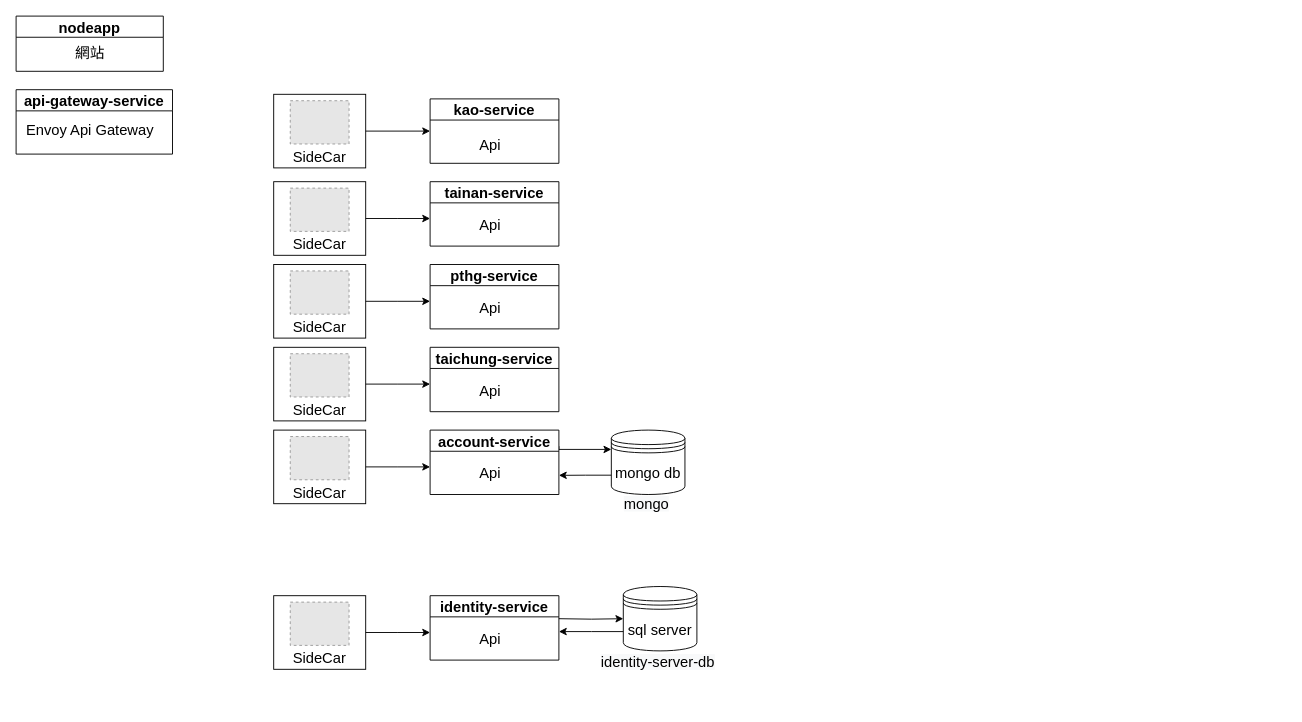
The draw.io diagram screenshot/System.drawio in Benknightdark/OpenDataCollector, before the edit. Source tidied: cells renumbered, new cells numbered last; positions are measured from the earlier drawing's top-left corner, leaving out a move shared by most shapes. Both pictures are drawn from the tidied source at 92%, with x=0, y=0 at pixel (16, 16). Pictures stored in the file or linked from it are replaced by grey dashed boxes.
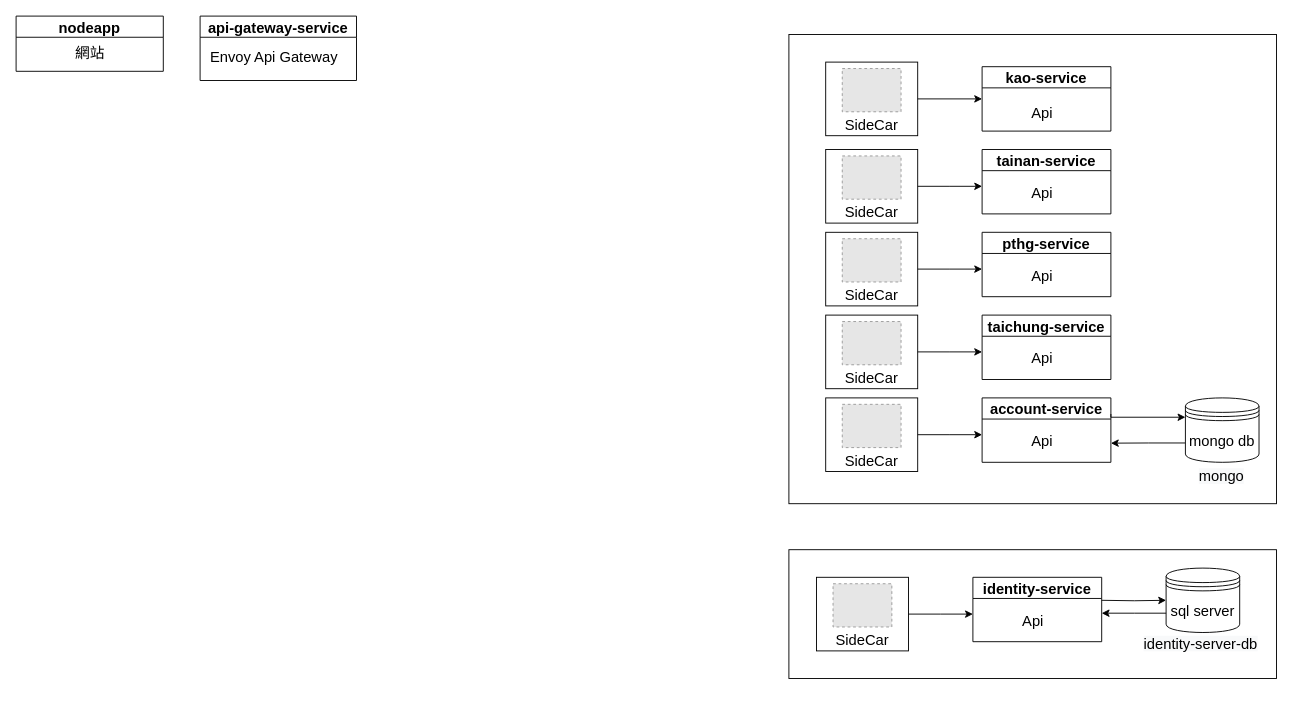
The same diagram, later.

The change refers to these unchanged cells:
```xml
<mxCell id="5" value="&lt;br style=&quot;font-size: 16px&quot;&gt;SideCar" style="rounded=0;whiteSpace=wrap;html=1;verticalAlign=bottom;fontSize=16;" parent="4" vertex="1">
  <mxGeometry width="100" height="80" as="geometry" />
</mxCell>
<mxCell id="25" value="&lt;br style=&quot;font-size: 16px&quot;&gt;SideCar" style="rounded=0;whiteSpace=wrap;html=1;verticalAlign=bottom;fontSize=16;" parent="24" vertex="1">
  <mxGeometry width="100" height="80" as="geometry" />
</mxCell>
<mxCell id="29" value="&lt;br style=&quot;font-size: 16px&quot;&gt;SideCar" style="rounded=0;whiteSpace=wrap;html=1;verticalAlign=bottom;fontSize=16;" parent="28" vertex="1">
  <mxGeometry width="100" height="80" as="geometry" />
</mxCell>
<mxCell id="33" value="&lt;br style=&quot;font-size: 16px&quot;&gt;SideCar" style="rounded=0;whiteSpace=wrap;html=1;verticalAlign=bottom;fontSize=16;" parent="32" vertex="1">
  <mxGeometry width="100" height="80" as="geometry" />
</mxCell>
<mxCell id="37" value="&lt;br style=&quot;font-size: 16px&quot;&gt;SideCar" style="rounded=0;whiteSpace=wrap;html=1;verticalAlign=bottom;fontSize=16;" parent="36" vertex="1">
  <mxGeometry width="100" height="80" as="geometry" />
</mxCell>
<mxCell id="41" value="&lt;br style=&quot;font-size: 16px&quot;&gt;SideCar" style="rounded=0;whiteSpace=wrap;html=1;verticalAlign=bottom;fontSize=16;" parent="40" vertex="1">
  <mxGeometry width="100" height="80" as="geometry" />
</mxCell>
```

What changed in the source:
```diff
@@
+    <mxCell id="7" value="api-gateway-service" style="swimlane;fontSize=16;" parent="1" vertex="1">
+      <mxGeometry x="200" width="170" height="70" as="geometry" />
+    </mxCell>
+    <mxCell id="8" value="Envoy Api Gateway" style="text;html=1;align=center;verticalAlign=middle;strokeColor=none;fontSize=16;" parent="7" vertex="1">
+      <mxGeometry x="5" y="34" width="150" height="20" as="geometry" />
+    </mxCell>
+    <mxCell id="52" style="group;" parent="1" vertex="1">
+      <mxGeometry x="840" y="20" width="530" height="510" as="geometry" />
+    </mxCell>
+    <mxCell id="53" style="whiteSpace=wrap;html=1;align=center;newEdgeStyle={&quot;edgeStyle&quot;:&quot;elbowEdgeStyle&quot;,&quot;startArrow&quot;:&quot;none&quot;,&quot;endArrow&quot;:&quot;none&quot;};fontSize=16;" parent="52" vertex="1">
+      <mxGeometry width="530" height="510" as="geometry" />
+    </mxCell>
+    <mxCell id="54" style="group;" parent="52" vertex="1">
+      <mxGeometry x="40" y="30" width="310" height="445" as="geometry" />
+    </mxCell>
-    <mxCell id="4" style="group;" parent="1" vertex="1">
-      <mxGeometry x="280" y="85" width="100" height="80" as="geometry" />
+    <mxCell id="4" style="group;" parent="54" vertex="1">
+      <mxGeometry width="100" height="80" as="geometry" />
     </mxCell>
@@
-    <mxCell id="7" value="api-gateway-service" style="swimlane;fontSize=16;" parent="1" vertex="1">
-      <mxGeometry y="80" width="170" height="70" as="geometry" />
-    </mxCell>
-    <mxCell id="8" value="Envoy Api Gateway" style="text;html=1;align=center;verticalAlign=middle;strokeColor=none;fontSize=16;" parent="7" vertex="1">
-      <mxGeometry x="5" y="34" width="150" height="20" as="geometry" />
-    </mxCell>
-    <mxCell id="9" value="kao-service" style="swimlane;fontSize=16;" parent="1" vertex="1">
-      <mxGeometry x="450" y="90" width="140" height="70" as="geometry" />
+    <mxCell id="9" value="kao-service" style="swimlane;fontSize=16;" parent="54" vertex="1">
+      <mxGeometry x="170" y="5" width="140" height="70" as="geometry" />
     </mxCell>
@@
-    <mxCell id="11" value="tainan-service" style="swimlane;fontSize=16;" parent="1" vertex="1">
-      <mxGeometry x="450" y="180" width="140" height="70" as="geometry" />
+    <mxCell id="11" value="tainan-service" style="swimlane;fontSize=16;" parent="54" vertex="1">
+      <mxGeometry x="170" y="95" width="140" height="70" as="geometry" />
     </mxCell>
@@
-    <mxCell id="13" value="taichung-service" style="swimlane;fontSize=16;" parent="1" vertex="1">
-      <mxGeometry x="450" y="360" width="140" height="70" as="geometry" />
+    <mxCell id="13" value="taichung-service" style="swimlane;fontSize=16;" parent="54" vertex="1">
+      <mxGeometry x="170" y="275" width="140" height="70" as="geometry" />
     </mxCell>
@@
-    <mxCell id="15" style="edgeStyle=orthogonalEdgeStyle;rounded=0;jettySize=auto;html=1;fontSize=16;" parent="1" edge="1" target="45">
-      <mxGeometry relative="1" as="geometry">
-        <mxPoint x="590" y="655" as="sourcePoint" />
-      </mxGeometry>
-    </mxCell>
-    <mxCell id="16" value="identity-service" style="swimlane;fontSize=16;" parent="1" vertex="1">
-      <mxGeometry x="450" y="630" width="140" height="70" as="geometry" />
-    </mxCell>
-    <mxCell id="17" value="Api" style="text;html=1;align=center;verticalAlign=middle;strokeColor=none;fontSize=16;" parent="16" vertex="1">
-      <mxGeometry x="45" y="37" width="40" height="20" as="geometry" />
-    </mxCell>
-    <mxCell id="18" value="pthg-service" style="swimlane;fontSize=16;" parent="1" vertex="1">
-      <mxGeometry x="450" y="270" width="140" height="70" as="geometry" />
+    <mxCell id="18" value="pthg-service" style="swimlane;fontSize=16;" parent="54" vertex="1">
+      <mxGeometry x="170" y="185" width="140" height="70" as="geometry" />
     </mxCell>
@@
-    <mxCell id="20" style="edgeStyle=orthogonalEdgeStyle;rounded=0;jettySize=auto;html=1;exitX=1;exitY=0.25;exitDx=0;exitDy=0;entryX=0;entryY=0.3;entryDx=0;entryDy=0;fontSize=16;" parent="1" edge="1" source="21" target="49">
-      <mxGeometry relative="1" as="geometry">
-        <Array as="points">
-          <mxPoint x="590" y="471" />
-        </Array>
-      </mxGeometry>
-    </mxCell>
-    <mxCell id="21" value="account-service" style="swimlane;fontSize=16;" parent="1" vertex="1">
-      <mxGeometry x="450" y="450" width="140" height="70" as="geometry" />
+    <mxCell id="21" value="account-service" style="swimlane;fontSize=16;" parent="54" vertex="1">
+      <mxGeometry x="170" y="365" width="140" height="70" as="geometry" />
     </mxCell>
@@
-    <mxCell id="23" style="edgeStyle=orthogonalEdgeStyle;rounded=0;jettySize=auto;html=1;exitX=1;exitY=0.5;exitDx=0;exitDy=0;entryX=0;entryY=0.5;entryDx=0;entryDy=0;fontSize=16;" parent="1" edge="1" source="5" target="9">
+    <mxCell id="23" style="edgeStyle=orthogonalEdgeStyle;rounded=0;jettySize=auto;html=1;exitX=1;exitY=0.5;exitDx=0;exitDy=0;entryX=0;entryY=0.5;entryDx=0;entryDy=0;fontSize=16;" parent="54" edge="1" source="5" target="9">
       <mxGeometry relative="1" as="geometry" />
     </mxCell>
-    <mxCell id="24" style="group;" parent="1" vertex="1">
-      <mxGeometry x="280" y="180" width="100" height="80" as="geometry" />
+    <mxCell id="24" style="group;" parent="54" vertex="1">
+      <mxGeometry y="95" width="100" height="80" as="geometry" />
     </mxCell>
@@
-    <mxCell id="27" style="edgeStyle=orthogonalEdgeStyle;rounded=0;jettySize=auto;html=1;exitX=1;exitY=0.5;exitDx=0;exitDy=0;entryX=0;entryY=0.5;entryDx=0;entryDy=0;fontSize=16;" parent="1" edge="1" source="25">
+    <mxCell id="27" style="edgeStyle=orthogonalEdgeStyle;rounded=0;jettySize=auto;html=1;exitX=1;exitY=0.5;exitDx=0;exitDy=0;entryX=0;entryY=0.5;entryDx=0;entryDy=0;fontSize=16;" parent="54" edge="1" source="25">
       <mxGeometry relative="1" as="geometry">
-        <mxPoint x="450" y="220" as="targetPoint" />
+        <mxPoint x="170" y="135" as="targetPoint" />
       </mxGeometry>
     </mxCell>
-    <mxCell id="28" style="group;" parent="1" vertex="1">
-      <mxGeometry x="280" y="270" width="100" height="80" as="geometry" />
+    <mxCell id="28" style="group;" parent="54" vertex="1">
+      <mxGeometry y="185" width="100" height="80" as="geometry" />
     </mxCell>
@@
-    <mxCell id="31" style="edgeStyle=orthogonalEdgeStyle;rounded=0;jettySize=auto;html=1;exitX=1;exitY=0.5;exitDx=0;exitDy=0;entryX=0;entryY=0.5;entryDx=0;entryDy=0;fontSize=16;" parent="1" edge="1" source="29">
+    <mxCell id="31" style="edgeStyle=orthogonalEdgeStyle;rounded=0;jettySize=auto;html=1;exitX=1;exitY=0.5;exitDx=0;exitDy=0;entryX=0;entryY=0.5;entryDx=0;entryDy=0;fontSize=16;" parent="54" edge="1" source="29">
       <mxGeometry relative="1" as="geometry">
-        <mxPoint x="450" y="310" as="targetPoint" />
+        <mxPoint x="170" y="225" as="targetPoint" />
       </mxGeometry>
     </mxCell>
-    <mxCell id="32" style="group;" parent="1" vertex="1">
-      <mxGeometry x="280" y="360" width="100" height="80" as="geometry" />
+    <mxCell id="32" style="group;" parent="54" vertex="1">
+      <mxGeometry y="275" width="100" height="80" as="geometry" />
     </mxCell>
@@
-    <mxCell id="35" style="edgeStyle=orthogonalEdgeStyle;rounded=0;jettySize=auto;html=1;exitX=1;exitY=0.5;exitDx=0;exitDy=0;entryX=0;entryY=0.5;entryDx=0;entryDy=0;fontSize=16;" parent="1" edge="1" source="33">
+    <mxCell id="35" style="edgeStyle=orthogonalEdgeStyle;rounded=0;jettySize=auto;html=1;exitX=1;exitY=0.5;exitDx=0;exitDy=0;entryX=0;entryY=0.5;entryDx=0;entryDy=0;fontSize=16;" parent="54" edge="1" source="33">
       <mxGeometry relative="1" as="geometry">
-        <mxPoint x="450" y="400" as="targetPoint" />
+        <mxPoint x="170" y="315" as="targetPoint" />
       </mxGeometry>
     </mxCell>
-    <mxCell id="36" style="group;" parent="1" vertex="1">
-      <mxGeometry x="280" y="450" width="100" height="80" as="geometry" />
+    <mxCell id="36" style="group;" parent="54" vertex="1">
+      <mxGeometry y="365" width="100" height="80" as="geometry" />
     </mxCell>
@@
-    <mxCell id="39" style="edgeStyle=orthogonalEdgeStyle;rounded=0;jettySize=auto;html=1;exitX=1;exitY=0.5;exitDx=0;exitDy=0;entryX=0;entryY=0.5;entryDx=0;entryDy=0;fontSize=16;" parent="1" edge="1" source="37">
+    <mxCell id="39" style="edgeStyle=orthogonalEdgeStyle;rounded=0;jettySize=auto;html=1;exitX=1;exitY=0.5;exitDx=0;exitDy=0;entryX=0;entryY=0.5;entryDx=0;entryDy=0;fontSize=16;" parent="54" edge="1" source="37">
       <mxGeometry relative="1" as="geometry">
-        <mxPoint x="450" y="490" as="targetPoint" />
+        <mxPoint x="170" y="405" as="targetPoint" />
       </mxGeometry>
     </mxCell>
+    <mxCell id="51" style="edgeStyle=orthogonalEdgeStyle;rounded=0;jettySize=auto;html=1;exitX=0;exitY=0.7;exitDx=0;exitDy=0;fontSize=16;" parent="54" edge="1" source="49">
+      <mxGeometry relative="1" as="geometry">
+        <mxPoint x="310" y="414.2" as="targetPoint" />
+      </mxGeometry>
+    </mxCell>
+    <mxCell id="20" style="edgeStyle=orthogonalEdgeStyle;rounded=0;jettySize=auto;html=1;exitX=1;exitY=0.25;exitDx=0;exitDy=0;entryX=0;entryY=0.3;entryDx=0;entryDy=0;fontSize=16;" parent="52" edge="1" source="21" target="49">
+      <mxGeometry relative="1" as="geometry">
+        <Array as="points">
+          <mxPoint x="350" y="416" />
+        </Array>
+      </mxGeometry>
+    </mxCell>
+    <mxCell id="49" value="mongo db" style="shape=datastore;whiteSpace=wrap;html=1;fontSize=16;" parent="52" vertex="1">
+      <mxGeometry x="431" y="395" width="80" height="70" as="geometry" />
+    </mxCell>
+    <mxCell id="50" value="&lt;span style=&quot;color: rgb(0 , 0 , 0) ; font-family: &amp;#34;helvetica&amp;#34; ; font-size: 16px ; font-style: normal ; font-weight: 400 ; letter-spacing: normal ; text-align: center ; text-indent: 0px ; text-transform: none ; word-spacing: 0px ; background-color: rgb(248 , 249 , 250) ; display: inline ; float: none&quot;&gt;mongo&lt;/span&gt;" style="text;whiteSpace=wrap;html=1;fontSize=16;verticalAlign=middle;" parent="52" vertex="1">
+      <mxGeometry x="444" y="470" width="57" height="20" as="geometry" />
+    </mxCell>
+    <mxCell id="55" style="group;" parent="1" vertex="1">
+      <mxGeometry x="280" y="620" width="540" height="130" as="geometry" />
+    </mxCell>
+    <mxCell id="56" style="group;" parent="55" vertex="1">
+      <mxGeometry x="560" y="-40" width="540" height="140" as="geometry" />
+    </mxCell>
+    <mxCell id="57" style="whiteSpace=wrap;html=1;align=center;newEdgeStyle={&quot;edgeStyle&quot;:&quot;elbowEdgeStyle&quot;,&quot;startArrow&quot;:&quot;none&quot;,&quot;endArrow&quot;:&quot;none&quot;};fontSize=16;" parent="56" vertex="1">
+      <mxGeometry width="530" height="140" as="geometry" />
+    </mxCell>
+    <mxCell id="44" style="group;" parent="56" vertex="1">
+      <mxGeometry x="390" y="20" width="150" height="100" as="geometry" />
+    </mxCell>
+    <mxCell id="45" value="sql server" style="shape=datastore;whiteSpace=wrap;html=1;fontSize=16;" parent="44" vertex="1">
+      <mxGeometry x="20" width="80" height="70" as="geometry" />
+    </mxCell>
+    <mxCell id="46" value="&lt;span style=&quot;color: rgb(0, 0, 0); font-family: helvetica; font-size: 16px; font-style: normal; font-weight: 400; letter-spacing: normal; text-align: center; text-indent: 0px; text-transform: none; word-spacing: 0px; background-color: rgb(248, 249, 250); display: inline; float: none;&quot;&gt;identity-server-db&lt;/span&gt;" style="text;whiteSpace=wrap;html=1;fontSize=16;verticalAlign=middle;" parent="44" vertex="1">
+      <mxGeometry x="-6" y="67" width="150" height="30" as="geometry" />
+    </mxCell>
+    <mxCell id="58" style="group;" parent="56" vertex="1">
+      <mxGeometry x="30" y="30" width="310" height="80" as="geometry" />
+    </mxCell>
+    <mxCell id="15" style="edgeStyle=orthogonalEdgeStyle;rounded=0;jettySize=auto;html=1;fontSize=16;" parent="58" edge="1" target="45">
+      <mxGeometry relative="1" as="geometry">
+        <mxPoint x="310" y="25" as="sourcePoint" />
+      </mxGeometry>
+    </mxCell>
+    <mxCell id="16" value="identity-service" style="swimlane;fontSize=16;" parent="58" vertex="1">
+      <mxGeometry x="170" width="140" height="70" as="geometry" />
+    </mxCell>
+    <mxCell id="17" value="Api" style="text;html=1;align=center;verticalAlign=middle;strokeColor=none;fontSize=16;" parent="16" vertex="1">
+      <mxGeometry x="45" y="37" width="40" height="20" as="geometry" />
+    </mxCell>
-    <mxCell id="40" style="group;" parent="1" vertex="1">
-      <mxGeometry x="280" y="630" width="100" height="80" as="geometry" />
+    <mxCell id="40" style="group;" parent="58" vertex="1">
+      <mxGeometry width="100" height="80" as="geometry" />
     </mxCell>
@@
-    <mxCell id="43" style="edgeStyle=orthogonalEdgeStyle;rounded=0;jettySize=auto;html=1;exitX=1;exitY=0.5;exitDx=0;exitDy=0;entryX=0;entryY=0.5;entryDx=0;entryDy=0;fontSize=16;" parent="1" edge="1" source="41">
+    <mxCell id="43" style="edgeStyle=orthogonalEdgeStyle;rounded=0;jettySize=auto;html=1;exitX=1;exitY=0.5;exitDx=0;exitDy=0;entryX=0;entryY=0.5;entryDx=0;entryDy=0;fontSize=16;" parent="58" edge="1" source="41">
       <mxGeometry relative="1" as="geometry">
-        <mxPoint x="450" y="670" as="targetPoint" />
+        <mxPoint x="170" y="40" as="targetPoint" />
       </mxGeometry>
     </mxCell>
-    <mxCell id="44" style="group;" parent="1" vertex="1">
-      <mxGeometry x="640" y="620" width="150" height="100" as="geometry" />
-    </mxCell>
-    <mxCell id="45" value="sql server" style="shape=datastore;whiteSpace=wrap;html=1;fontSize=16;" parent="44" vertex="1">
-      <mxGeometry x="20" width="80" height="70" as="geometry" />
-    </mxCell>
-    <mxCell id="46" value="&lt;span style=&quot;color: rgb(0, 0, 0); font-family: helvetica; font-size: 16px; font-style: normal; font-weight: 400; letter-spacing: normal; text-align: center; text-indent: 0px; text-transform: none; word-spacing: 0px; background-color: rgb(248, 249, 250); display: inline; float: none;&quot;&gt;identity-server-db&lt;/span&gt;" style="text;whiteSpace=wrap;html=1;fontSize=16;verticalAlign=middle;" parent="44" vertex="1">
-      <mxGeometry x="-6" y="67" width="150" height="30" as="geometry" />
-    </mxCell>
-    <mxCell id="47" style="edgeStyle=orthogonalEdgeStyle;rounded=0;jettySize=auto;html=1;exitX=0;exitY=0.7;exitDx=0;exitDy=0;fontSize=16;" parent="1" edge="1" source="45">
+    <mxCell id="47" style="edgeStyle=orthogonalEdgeStyle;rounded=0;jettySize=auto;html=1;exitX=0;exitY=0.7;exitDx=0;exitDy=0;fontSize=16;" parent="58" edge="1" source="45">
       <mxGeometry relative="1" as="geometry">
-        <mxPoint x="590" y="669" as="targetPoint" />
+        <mxPoint x="310" y="39" as="targetPoint" />
       </mxGeometry>
     </mxCell>
-    <mxCell id="48" style="group;" parent="1" vertex="1">
-      <mxGeometry x="627" y="450" width="190" height="100" as="geometry" />
-    </mxCell>
-    <mxCell id="49" value="mongo db" style="shape=datastore;whiteSpace=wrap;html=1;fontSize=16;" parent="48" vertex="1">
-      <mxGeometry x="20" width="80" height="70" as="geometry" />
-    </mxCell>
-    <mxCell id="50" value="&lt;span style=&quot;color: rgb(0 , 0 , 0) ; font-family: &amp;#34;helvetica&amp;#34; ; font-size: 16px ; font-style: normal ; font-weight: 400 ; letter-spacing: normal ; text-align: center ; text-indent: 0px ; text-transform: none ; word-spacing: 0px ; background-color: rgb(248 , 249 , 250) ; display: inline ; float: none&quot;&gt;mongo&lt;/span&gt;" style="text;whiteSpace=wrap;html=1;fontSize=16;verticalAlign=middle;" parent="48" vertex="1">
-      <mxGeometry x="31.5" y="70" width="57" height="20" as="geometry" />
-    </mxCell>
-    <mxCell id="51" style="edgeStyle=orthogonalEdgeStyle;rounded=0;jettySize=auto;html=1;exitX=0;exitY=0.7;exitDx=0;exitDy=0;fontSize=16;" parent="1" edge="1" source="49">
-      <mxGeometry relative="1" as="geometry">
-        <mxPoint x="590" y="499.2" as="targetPoint" />
-      </mxGeometry>
-    </mxCell>
```
